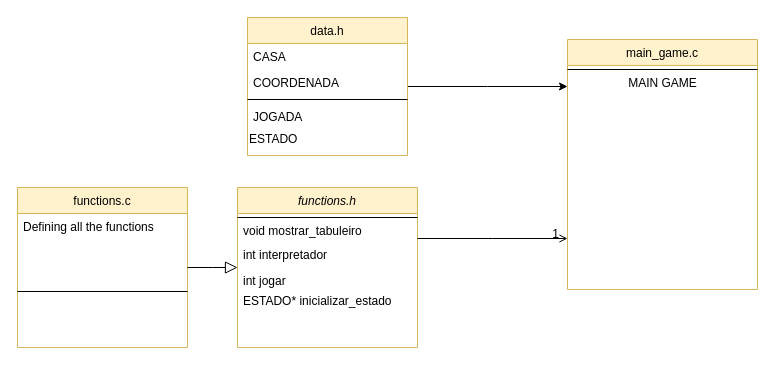
Earlier version of the draw.io diagram projeto/LI2.drawio (carvalhovitor2/LI2PL7G6). Source tidied: cells renumbered, new cells numbered last; positions are measured from the earlier drawing's top-left corner, leaving out a move shared by most shapes. Both pictures are drawn from the tidied source at 100%, with x=0, y=0 at pixel (17, 17).
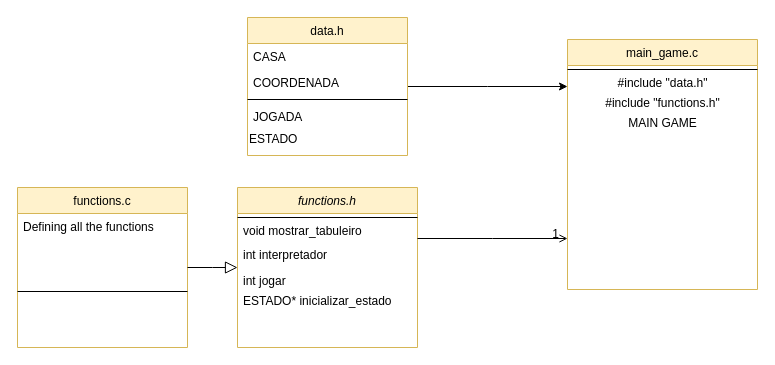
The same diagram, later.

Unchanged cells that the change refers to:
```xml
<mxCell id="8" value="main_game.c" style="swimlane;fontStyle=0;align=center;verticalAlign=top;horizontal=1;startSize=26;rounded=0;shadow=0;strokeWidth=1;fillColor=#fff2cc;strokeColor=#d6b656;" parent="1" vertex="1">
  <mxGeometry x="550" y="22" width="190" height="250" as="geometry" />
</mxCell>
```

The edit, as a diff of the source:
```diff
@@
-    <mxCell id="10" value="MAIN GAME" style="text;html=1;align=center;verticalAlign=middle;fontSize=12;" parent="8" vertex="1">
+    <mxCell id="10" value="#include &quot;data.h&quot;" style="text;html=1;align=center;verticalAlign=middle;fontSize=12;" parent="8" vertex="1">
       <mxGeometry y="34" width="190" height="20" as="geometry" />
     </mxCell>
+    <mxCell id="24" value="#include &quot;functions.h&quot;" style="text;html=1;align=center;verticalAlign=middle;fontSize=12;" parent="8" vertex="1">
+      <mxGeometry y="54" width="190" height="20" as="geometry" />
+    </mxCell>
+    <mxCell id="25" value="MAIN GAME" style="text;html=1;align=center;verticalAlign=middle;fontSize=12;" parent="8" vertex="1">
+      <mxGeometry y="74" width="190" height="20" as="geometry" />
+    </mxCell>
```
